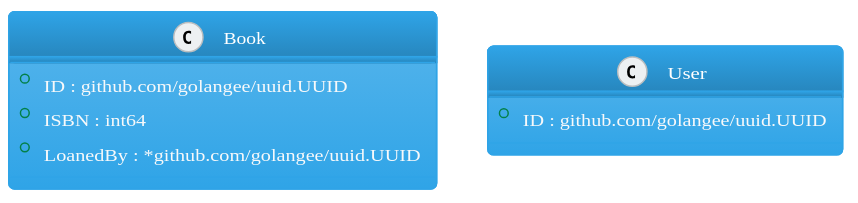
Above: ddd/v1/internal/example/server/uml-loan-core-api.gen.svg in golangee/ddd (PlantUML), before the change. Source of this version:
```plantuml
@startuml



skinparam backgroundColor transparent







skinparam defaultFontName        "Verdana"
skinparam defaultFontSize        12
skinparam dpi                    100
skinparam shadowing              false
skinparam roundcorner            8
skinparam ParticipantPadding     40
skinparam BoxPadding             40
skinparam Padding                5
skinparam ArrowColor             #868E96
skinparam stereotype {
    CBackgroundColor #EDF0F2
    CBorderColor #BABDBF
    ABackgroundColor #8FB961
    ABorderColor #5C862E
    IBackgroundColor #D2494E
    IBorderColor #9F161B
    EBackgroundColor #E47833
    EBorderColor #B14500
    NBackgroundColor #35638F
    NBorderColor #02305C
}
skinparam title {
	FontColor	                 #2FA4E7
	BorderColor	                 #BABDBF
	FontSize	    	         20
	BorderRoundCorner            8
	BorderThickness 	         1
	BackgroundColor              #EDF0F2-#E9ECEF
}


skinparam legend {
	BackgroundColor #E9ECEF
	BorderColor #BABDBF
	FontColor #343A40
}


skinparam activity {
		FontColor #FFF
	BorderColor #2FA4E7
	BackgroundColor #59B6EC-#2FA4E7
	BarColor #73A839
	StartColor #033C73
	EndColor #033C73
	DiamondBackgroundColor #FFF-#EDF0F2
  	DiamondBorderColor #BABDBF
	DiamondFontColor #343A40
}


skinparam participant {
		FontColor #FFF
	BorderColor #2FA4E7
	BackgroundColor #59B6EC-#2FA4E7
	ParticipantBorderThickness 2
}


skinparam actor {
		FontColor #FFF
	BorderColor #2FA4E7
	BackgroundColor #59B6EC-#2FA4E7
	FontColor #343A40
}


skinparam arrow {
	Thickness 3
	Color #2FA4E7
	FontColor #343A40
}


skinparam sequence {
	BorderColor #2FA4E7
	TitleFontColor #2FA4E7
	BackgroundColor transparent
	StartColor #2FA4E7
	EndColor #2FA4E7
	BoxBackgroundColor #F8F9FA
	BoxBorderColor #868E96
	BoxFontColor #343A40
	LifeLineBorderColor #BABDBF
	LifeLineBorderThickness 2
	LifeLineBackgroundColor #EDF0F2
	GroupBorderColor #868E96
	GroupFontColor #343A40
	GroupHeaderFontColor #033C73
	DividerBackgroundColor #FFF-#F8F9FA
    DividerBorderColor #868E96
    DividerBorderThickness 2
    DividerFontColor #343A40
	ReferenceBackgroundColor transparent
	ReferenceBorderColor #868E96
	ReferenceFontColor #343A40
	ReferenceHeaderFontColor #033C73
}


skinparam partition {
	BorderColor #2FA4E7
	FontColor #2FA4E7
	BackgroundColor transparent
}


skinparam collections {
		FontColor #FFF
	BorderColor #2FA4E7
	BackgroundColor #59B6EC-#2FA4E7
}


skinparam control {
		FontColor #FFF
	BorderColor #2FA4E7
	BackgroundColor #59B6EC-#2FA4E7
	FontColor #343A40
}


skinparam entity {
		FontColor #FFF
	BorderColor #2FA4E7
	BackgroundColor #59B6EC-#2FA4E7
	FontColor #343A40
}


skinparam boundary {
		FontColor #FFF
	BorderColor #2FA4E7
	BackgroundColor #59B6EC-#2FA4E7
	FontColor #343A40
}


skinparam agent {
	BackgroundColor #orange
	BorderColor #999999
	FontColor #333333
}


skinparam note {
	BorderThickness 1
	BackgroundColor #35638F-#033C73
	BorderColor #033C73
	FontColor #FFF
}


skinparam artifact {
	BackgroundColor #FFF-#F8F9FA
	BorderColor #BABDBF
	FontColor #343A40
}


skinparam component {
		FontColor #FFF
	BorderColor #2FA4E7
	BackgroundColor #59B6EC-#2FA4E7
}


skinparam interface {
	BackgroundColor  #D2494E
	BorderColor  #C71C22
	FontColor #343A40
}


skinparam storage {
	BackgroundColor #E47833-#DD5600
  	BorderColor #DD5600
	FontColor #FFF
}


skinparam node {
	BackgroundColor #EDF0F2-#E9ECEF
	BorderColor #E9ECEF
	FontColor #343A40
}


skinparam cloud {
	BackgroundColor #F2FCFE-#eeeeee
	BorderColor #F2FCFE
	FontColor #2FA4E7
}


skinparam database {
		FontColor #FFF
	BorderColor #2FA4E7
	BackgroundColor #59B6EC-#2FA4E7
	FontColor #343A40
}


skinparam class {
		FontColor #FFF
	BorderColor #2FA4E7
	BackgroundColor #59B6EC-#2FA4E7
	HeaderBackgroundColor #2FA4E7-#2683B9
	StereotypeFontColor #343A40
	BorderThickness 1
	AttributeFontColor #F8F9FA
	AttributeFontSize 11
}


skinparam object {
		FontColor #FFF
	BorderColor #2FA4E7
	BackgroundColor #59B6EC-#2FA4E7
	StereotypeFontColor #343A40
	BorderThickness 1
	AttributeFontColor #343A40
	AttributeFontSize 11
}


skinparam usecase {
		FontColor #FFF
	BorderColor #2FA4E7
	BackgroundColor #59B6EC-#2FA4E7
	BorderThickness 2
	StereotypeFontColor #2FA4E7
}


skinparam rectangle {
	FontColor #2FA4E7
	BorderColor #59B6EC
	BackgroundColor transparent
	BorderThickness 2
	StereotypeFontColor #2FA4E7
}


skinparam package {
	FontColor #2FA4E7
	BorderColor #59B6EC
	BackgroundColor transparent
	BorderThickness 2
}


skinparam folder {
	BackgroundColor #FFF-#EDF0F2
  	BorderColor #DD5600
	FontColor #DD5600
	BorderThickness 2
}


skinparam frame {
	BackgroundColor #FFF-#EDF0F2
  	BorderColor #033C73
	FontColor #033C73
	BorderThickness 2
}


skinparam state {
		FontColor #FFF
	BorderColor #2FA4E7
	BackgroundColor #59B6EC-#2FA4E7
	StartColor #033C73
	EndColor #033C73
	AttributeFontColor #343A40
	AttributeFontSize 11
}


skinparam queue {
		FontColor #FFF
	BorderColor #2FA4E7
	BackgroundColor #59B6EC-#2FA4E7
}


skinparam card {
	BackgroundColor #35638F-#033C73
	BorderColor #033C73
	FontColor #FFF
}


skinparam file {
	BackgroundColor #EDF0F2-#E9ECEF
	BorderColor #033C73
	FontColor #868E96

}


class "Book" {
+ID : github.com/golangee/uuid.UUID
+ISBN : int64
+LoanedBy : *github.com/golangee/uuid.UUID
}
class "User" {
+ID : github.com/golangee/uuid.UUID
}
@enduml
```
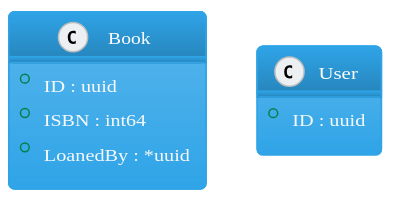
Above is the later version.

What changed in the source:
```diff
@@ -312,11 +312,11 @@
 
 
 class "Book" {
-+ID : github.com/golangee/uuid.UUID
++ID : uuid
 +ISBN : int64
-+LoanedBy : *github.com/golangee/uuid.UUID
++LoanedBy : *uuid
 }
 class "User" {
-+ID : github.com/golangee/uuid.UUID
++ID : uuid
 }
 @enduml
```
